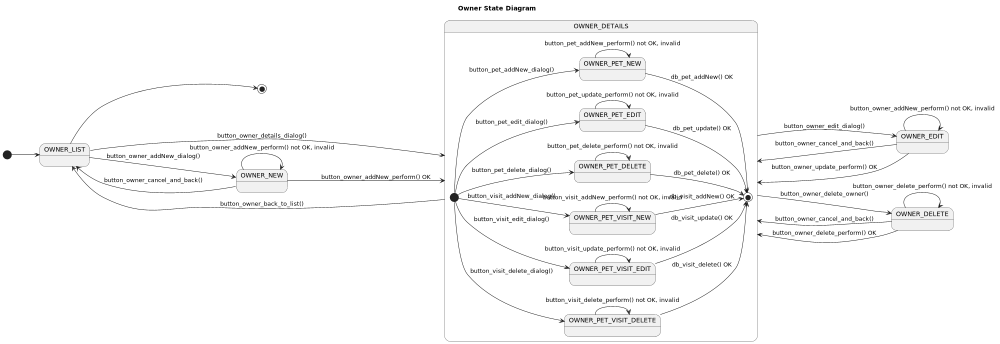
Jakarta-EE-Petclinic/petclinic-jakartaee keeps this PlantUML diagram as src/main/webapp/img/Owner__UseCases__State-Owner_Use_Case_State_Diagram.png. Above is the earlier version.
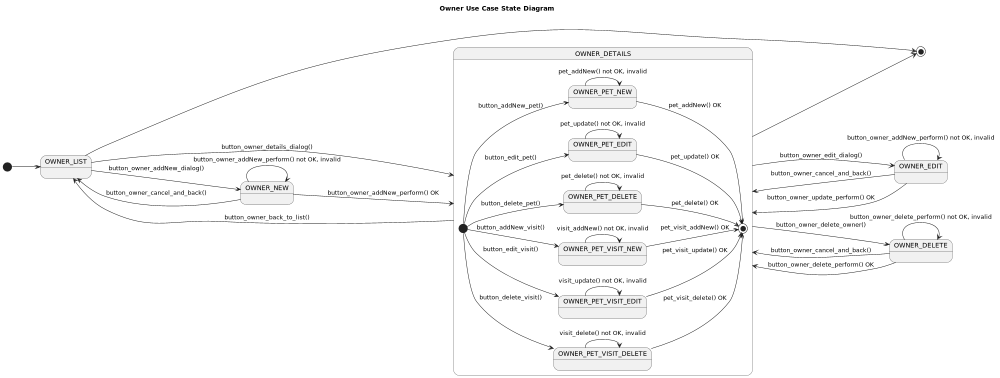
After the change.

Diff of the diagram source:
```diff
@@ -1,6 +1,6 @@
 @startuml
 
-title Owner State Diagram
+title Owner Use Case State Diagram
 
 
 left to right direction
@@ -9,12 +9,12 @@
 
 [*] --> OWNER_LIST
 
+OWNER_LIST --> OWNER_DETAILS: button_owner_details_dialog()
+OWNER_DETAILS --> OWNER_LIST: button_owner_back_to_list()
+
 OWNER_LIST --> OWNER_NEW :   button_owner_addNew_dialog()
 OWNER_NEW --> OWNER_LIST:    button_owner_cancel_and_back()
 OWNER_NEW --> OWNER_DETAILS: button_owner_addNew_perform() OK
-
-OWNER_LIST --> OWNER_DETAILS: button_owner_details_dialog()
-OWNER_DETAILS --> OWNER_LIST: button_owner_back_to_list()
 
 OWNER_DETAILS --> OWNER_EDIT: button_owner_edit_dialog()
 OWNER_EDIT --> OWNER_DETAILS: button_owner_cancel_and_back()
@@ -26,41 +26,47 @@
 
 state OWNER_DETAILS {
 
-    [*] --> OWNER_PET_NEW: button_pet_addNew_dialog()
-    [*] --> OWNER_PET_EDIT: button_pet_edit_dialog()
-    [*] --> OWNER_PET_DELETE: button_pet_delete_dialog()
+    [*] --> OWNER_PET_NEW: button_addNew_pet()
+    state OWNER_PET_NEW {
+        OWNER_PET_NEW --> OWNER_PET_NEW : pet_addNew() not OK, invalid
+    }
+    OWNER_PET_NEW --> [*] : pet_addNew() OK
 
-    [*] --> OWNER_PET_VISIT_NEW: button_visit_addNew_dialog()
-    [*] --> OWNER_PET_VISIT_EDIT: button_visit_edit_dialog()
-    [*] --> OWNER_PET_VISIT_DELETE: button_visit_delete_dialog()
 
-    OWNER_PET_NEW --> [*] : db_pet_addNew() OK
-    OWNER_PET_EDIT --> [*] : db_pet_update() OK
-    OWNER_PET_DELETE --> [*]: db_pet_delete() OK
+    [*] --> OWNER_PET_EDIT: button_edit_pet()
+    state OWNER_PET_EDIT {
+        OWNER_PET_EDIT --> OWNER_PET_EDIT : pet_update() not OK, invalid
+    }
+    OWNER_PET_EDIT --> [*] : pet_update() OK
 
-    OWNER_PET_VISIT_NEW --> [*] : db_visit_addNew() OK
-    OWNER_PET_VISIT_EDIT --> [*] : db_visit_update() OK
-    OWNER_PET_VISIT_DELETE --> [*]: db_visit_delete() OK
 
-    state OWNER_PET_NEW {
-        OWNER_PET_NEW --> OWNER_PET_NEW : button_pet_addNew_perform() not OK, invalid
+    [*] --> OWNER_PET_DELETE: button_delete_pet()
+    state OWNER_PET_DELETE {
+        OWNER_PET_DELETE --> OWNER_PET_DELETE: pet_delete() not OK, invalid
     }
-    state OWNER_PET_EDIT {
-        OWNER_PET_EDIT --> OWNER_PET_EDIT : button_pet_update_perform() not OK, invalid
+    OWNER_PET_DELETE --> [*]: pet_delete() OK
+
+
+    [*] --> OWNER_PET_VISIT_NEW: button_addNew_visit()
+    state OWNER_PET_VISIT_NEW {
+        OWNER_PET_VISIT_NEW --> OWNER_PET_VISIT_NEW : visit_addNew() not OK, invalid
     }
-    state OWNER_PET_DELETE {
-        OWNER_PET_DELETE --> OWNER_PET_DELETE: button_pet_delete_perform() not OK, invalid
+    OWNER_PET_VISIT_NEW --> [*] : pet_visit_addNew() OK
+
+
+    [*] --> OWNER_PET_VISIT_EDIT: button_edit_visit()
+    state OWNER_PET_VISIT_EDIT {
+        OWNER_PET_VISIT_EDIT --> OWNER_PET_VISIT_EDIT : visit_update() not OK, invalid
     }
+    OWNER_PET_VISIT_EDIT --> [*] : pet_visit_update() OK
 
-    state OWNER_PET_VISIT_NEW {
-        OWNER_PET_VISIT_NEW --> OWNER_PET_VISIT_NEW : button_visit_addNew_perform() not OK, invalid
+
+    [*] --> OWNER_PET_VISIT_DELETE: button_delete_visit()
+    state OWNER_PET_VISIT_DELETE {
+        OWNER_PET_VISIT_DELETE --> OWNER_PET_VISIT_DELETE: visit_delete() not OK, invalid
     }
-    state OWNER_PET_VISIT_EDIT {
-        OWNER_PET_VISIT_EDIT --> OWNER_PET_VISIT_EDIT : button_visit_update_perform() not OK, invalid
-    }
-    state OWNER_PET_VISIT_DELETE {
-        OWNER_PET_VISIT_DELETE --> OWNER_PET_VISIT_DELETE: button_visit_delete_perform() not OK, invalid
-    }
+    OWNER_PET_VISIT_DELETE --> [*]: pet_visit_delete() OK
+
 }
 state OWNER_EDIT {
     OWNER_EDIT --> OWNER_EDIT: button_owner_addNew_perform() not OK, invalid
@@ -73,5 +79,6 @@
 }
 
 OWNER_LIST --> [*]
+OWNER_DETAILS --> [*]
 
 @enduml
```
